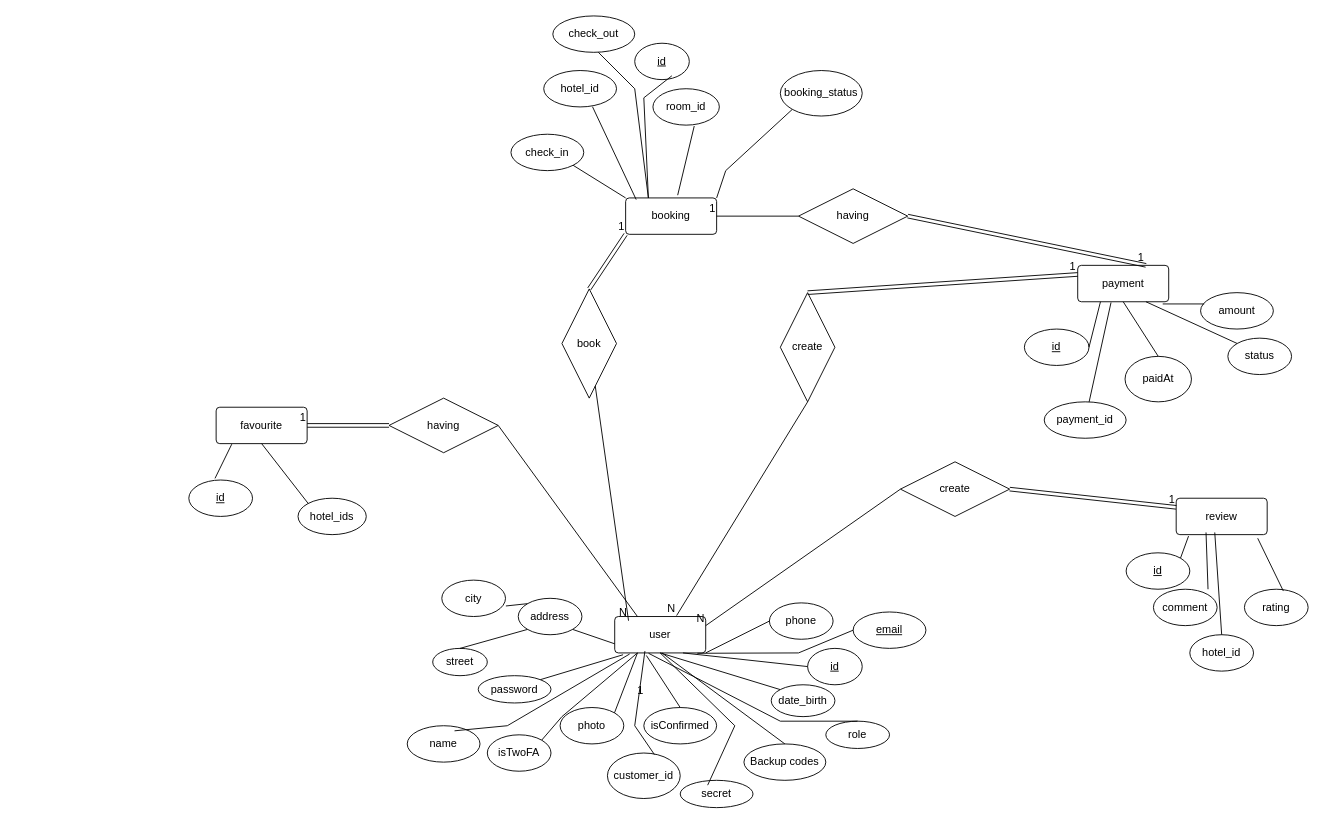
The draw.io diagram hotel_booking.drawio in Mohamedawad114/Hotel_Booking_System, before the edit. Source tidied: cells renumbered, new cells numbered last; positions are measured from the earlier drawing's top-left corner, leaving out a move shared by most shapes. Both pictures are drawn from the tidied source at 91%, with x=0, y=0 at pixel (188, 15).
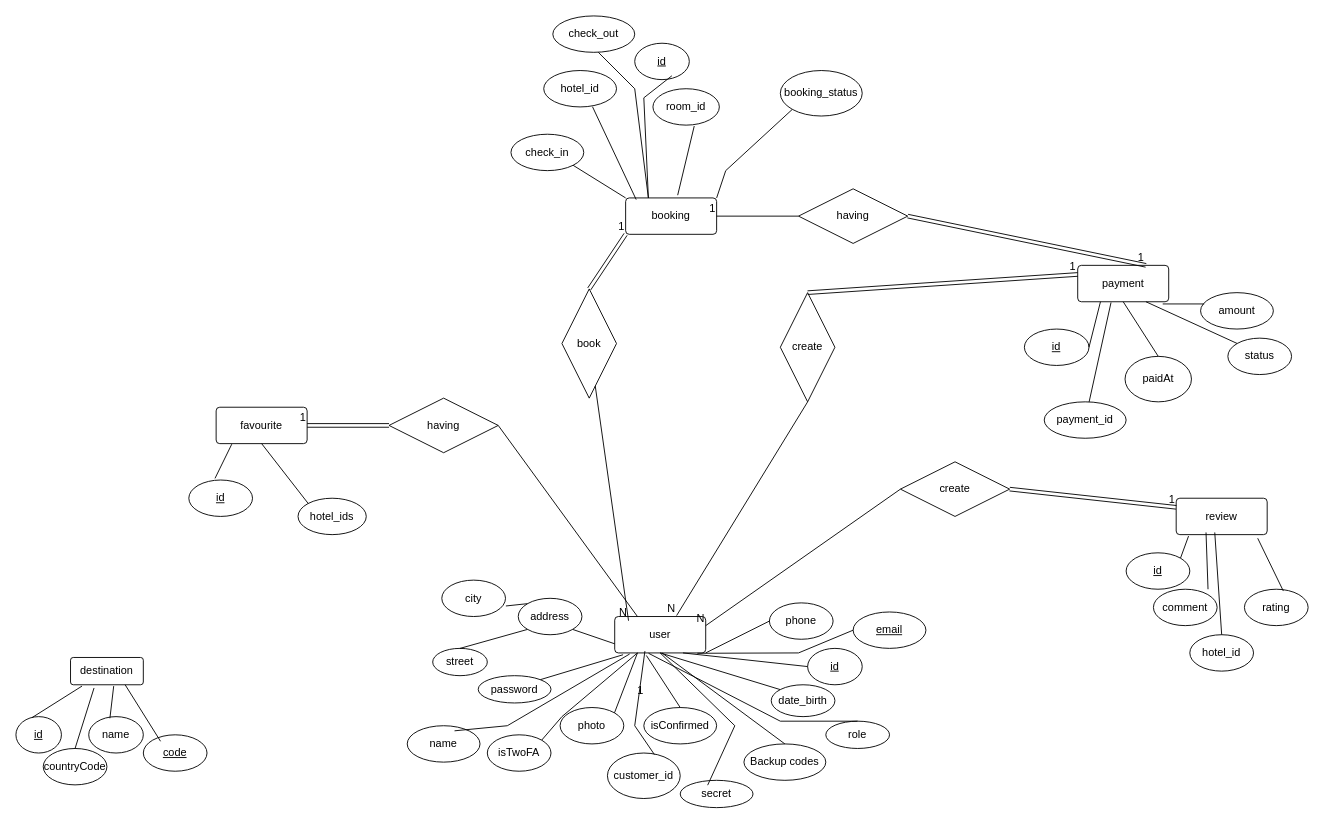
The same page after the edit.

Diff of the diagram source:
```diff
@@
+    <mxCell id="98" value="destination" style="rounded=1;arcSize=10;whiteSpace=wrap;html=1;align=center;" parent="1" vertex="1">
+      <mxGeometry x="-130" y="705" width="80" height="30" as="geometry" />
+    </mxCell>
+    <mxCell id="99" value="id" style="ellipse;whiteSpace=wrap;html=1;align=center;fontStyle=4;" parent="1" vertex="1">
+      <mxGeometry x="-190" y="770" width="50" height="40" as="geometry" />
+    </mxCell>
+    <mxCell id="100" value="code" style="ellipse;whiteSpace=wrap;html=1;align=center;fontStyle=4;" parent="1" vertex="1">
+      <mxGeometry x="-50" y="790" width="70" height="40" as="geometry" />
+    </mxCell>
+    <mxCell id="101" value="countryCode" style="ellipse;whiteSpace=wrap;html=1;align=center;" parent="1" vertex="1">
+      <mxGeometry x="-160" y="805" width="70" height="40" as="geometry" />
+    </mxCell>
+    <mxCell id="102" value="name" style="ellipse;whiteSpace=wrap;html=1;align=center;" parent="1" vertex="1">
+      <mxGeometry x="-110" y="770" width="60" height="40" as="geometry" />
+    </mxCell>
+    <mxCell id="103" style="endArrow=none;html=1;rounded=0;exitX=0.354;exitY=0.027;exitDx=0;exitDy=0;exitPerimeter=0;entryX=0.158;entryY=1.048;entryDx=0;entryDy=0;entryPerimeter=0;" parent="1" edge="1" source="99" target="98">
+      <mxGeometry relative="1" as="geometry" />
+    </mxCell>
+    <mxCell id="104" style="endArrow=none;html=1;rounded=0;exitX=0.5;exitY=0;exitDx=0;exitDy=0;entryX=0.323;entryY=1.117;entryDx=0;entryDy=0;entryPerimeter=0;" parent="1" edge="1" source="101" target="98">
+      <mxGeometry relative="1" as="geometry" />
+    </mxCell>
+    <mxCell id="105" style="endArrow=none;html=1;rounded=0;exitX=0.388;exitY=0.045;exitDx=0;exitDy=0;exitPerimeter=0;entryX=0.593;entryY=1.048;entryDx=0;entryDy=0;entryPerimeter=0;" parent="1" edge="1" source="102" target="98">
+      <mxGeometry relative="1" as="geometry" />
+    </mxCell>
+    <mxCell id="106" style="endArrow=none;html=1;rounded=0;exitX=0.27;exitY=0.177;exitDx=0;exitDy=0;exitPerimeter=0;entryX=0.75;entryY=1;entryDx=0;entryDy=0;" parent="1" edge="1" source="100" target="98">
+      <mxGeometry relative="1" as="geometry" />
+    </mxCell>
```
